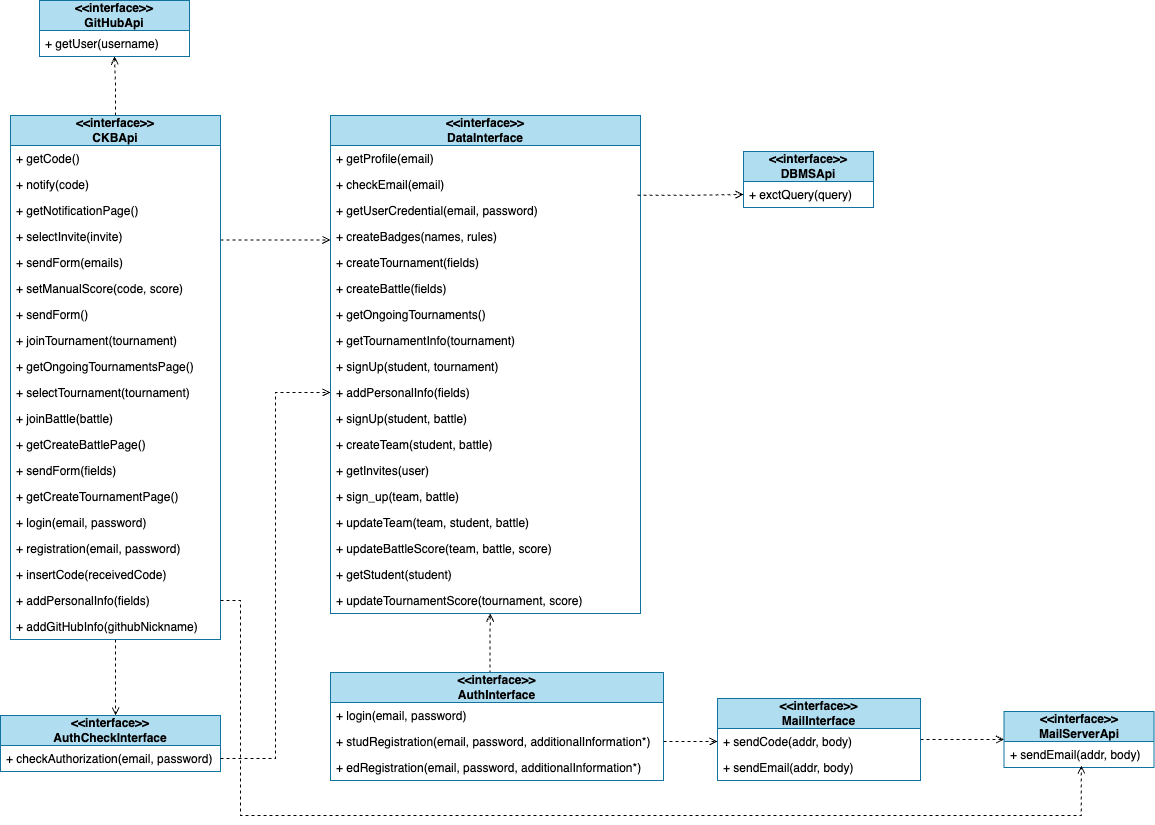
antilupovolante/MassaraNguyenBaNicotri keeps this draw.io diagram as DD/images/Interface_diagram.png. Above is the earlier version. Source tidied: cells renumbered, new cells last; positions are measured from the earlier drawing's top-left corner, leaving out a move shared by most shapes.
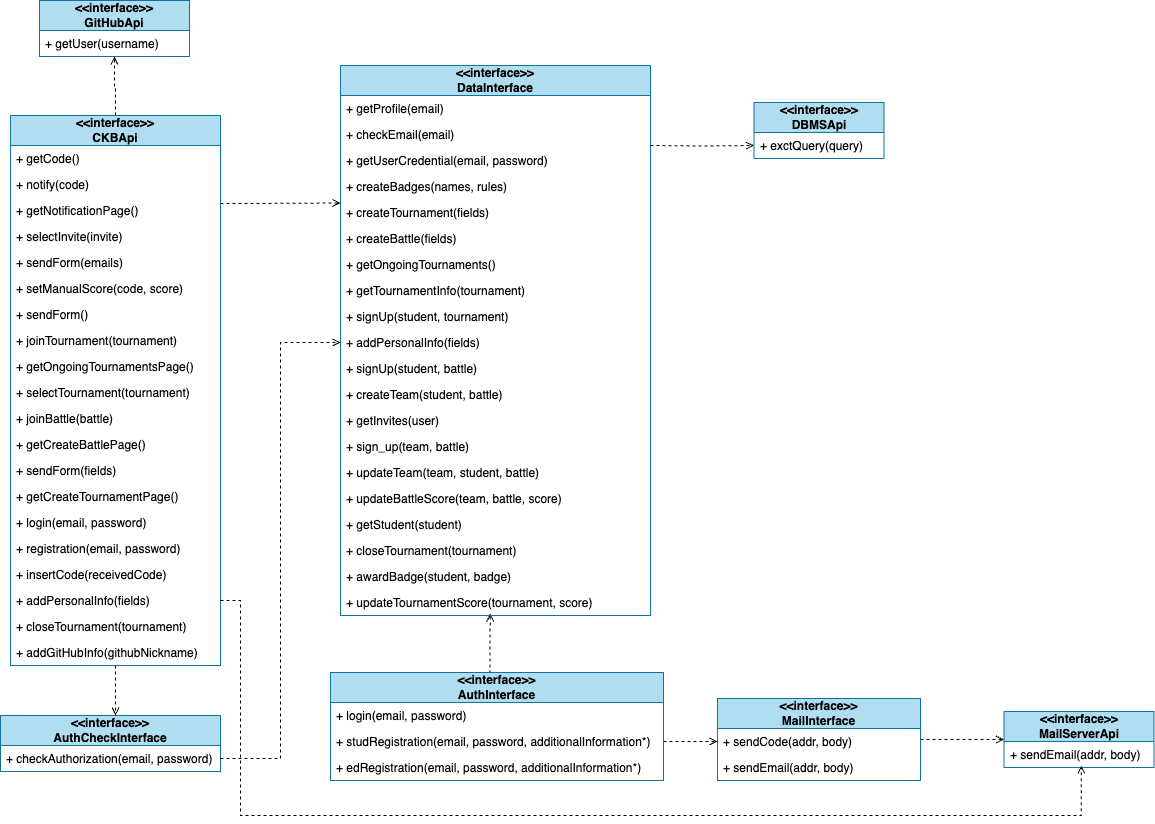
The same diagram one commit later.

What changed in the source:
```diff
@@ -44,13 +44,13 @@
       <mxGeometry y="30" width="150" height="26" as="geometry" />
     </mxCell>
     <mxCell id="15" value="&lt;b&gt;&amp;lt;&amp;lt;interface&amp;gt;&amp;gt;&lt;br&gt;DBMSApi&lt;/b&gt;" style="swimlane;fontStyle=0;horizontal=1;startSize=30;fillColor=#b1ddf0;whiteSpace=wrap;html=1;strokeColor=#10739e;" parent="1" vertex="1">
-      <mxGeometry x="743" y="151" width="130" height="56" as="geometry" />
+      <mxGeometry x="753.5" y="102" width="130" height="56" as="geometry" />
     </mxCell>
     <mxCell id="16" value="+ exctQuery(query)" style="text;strokeColor=none;fillColor=none;align=left;verticalAlign=top;spacingLeft=4;spacingRight=4;overflow=hidden;points=[[0,0.5],[1,0.5]];portConstraint=eastwest;whiteSpace=wrap;html=1;" parent="15" vertex="1">
       <mxGeometry y="30" width="130" height="26" as="geometry" />
     </mxCell>
     <mxCell id="17" value="&lt;b&gt;&amp;lt;&amp;lt;interface&amp;gt;&amp;gt;&lt;br&gt;DataInterface&lt;/b&gt;" style="swimlane;fontStyle=0;horizontal=1;startSize=30;fillColor=#b1ddf0;whiteSpace=wrap;html=1;strokeColor=#10739e;" parent="1" vertex="1">
-      <mxGeometry x="330" y="115" width="310" height="498" as="geometry" />
+      <mxGeometry x="340" y="65" width="310" height="550" as="geometry" />
     </mxCell>
     <mxCell id="18" value="+ getProfile(email)" style="text;strokeColor=none;fillColor=none;align=left;verticalAlign=top;spacingLeft=4;spacingRight=4;overflow=hidden;whiteSpace=wrap;html=1;" parent="17" vertex="1">
       <mxGeometry y="30" width="310" height="26" as="geometry" />
@@ -103,16 +103,25 @@
     <mxCell id="34" value="+ getStudent(student)" style="text;strokeColor=none;fillColor=none;align=left;verticalAlign=top;spacingLeft=4;spacingRight=4;overflow=hidden;whiteSpace=wrap;html=1;" parent="17" vertex="1">
       <mxGeometry y="446" width="310" height="26" as="geometry" />
     </mxCell>
+    <mxCell id="65" value="+ closeTournament(tournament)" style="text;strokeColor=none;fillColor=none;align=left;verticalAlign=top;spacingLeft=4;spacingRight=4;overflow=hidden;whiteSpace=wrap;html=1;" parent="17" vertex="1">
+      <mxGeometry y="472" width="310" height="26" as="geometry" />
+    </mxCell>
+    <mxCell id="66" value="+ awardBadge(student, badge)" style="text;strokeColor=none;fillColor=none;align=left;verticalAlign=top;spacingLeft=4;spacingRight=4;overflow=hidden;whiteSpace=wrap;html=1;" parent="17" vertex="1">
+      <mxGeometry y="498" width="310" height="26" as="geometry" />
+    </mxCell>
     <mxCell id="35" value="+ updateTournamentScore(tournament, score)" style="text;strokeColor=none;fillColor=none;align=left;verticalAlign=top;spacingLeft=4;spacingRight=4;overflow=hidden;whiteSpace=wrap;html=1;" parent="17" vertex="1">
-      <mxGeometry y="472" width="310" height="26" as="geometry" />
+      <mxGeometry y="524" width="310" height="26" as="geometry" />
     </mxCell>
-    <mxCell id="36" style="edgeStyle=orthogonalEdgeStyle;rounded=0;jettySize=auto;html=1;entryX=0;entryY=0.5;entryDx=0;entryDy=0;dashed=1;endArrow=open;endFill=0;exitX=0.99;exitY=-0.085;exitDx=0;exitDy=0;exitPerimeter=0;" parent="1" edge="1" source="20" target="16">
-      <mxGeometry relative="1" as="geometry" />
+    <mxCell id="36" style="edgeStyle=orthogonalEdgeStyle;rounded=0;jettySize=auto;html=1;entryX=0;entryY=0.5;entryDx=0;entryDy=0;dashed=1;endArrow=open;endFill=0;" parent="1" edge="1" target="16">
+      <mxGeometry relative="1" as="geometry">
+        <mxPoint x="650" y="145" as="sourcePoint" />
+      </mxGeometry>
     </mxCell>
     <mxCell id="37" style="edgeStyle=orthogonalEdgeStyle;rounded=0;jettySize=auto;html=1;entryX=0;entryY=0.25;entryDx=0;entryDy=0;dashed=1;endArrow=open;endFill=0;" parent="1" edge="1" source="40" target="17">
       <mxGeometry relative="1" as="geometry">
         <Array as="points">
-          <mxPoint x="285" y="240" />
+          <mxPoint x="250" y="203" />
+          <mxPoint x="250" y="203" />
         </Array>
       </mxGeometry>
     </mxCell>
@@ -128,7 +137,7 @@
       </mxGeometry>
     </mxCell>
     <mxCell id="40" value="&lt;b&gt;&amp;lt;&amp;lt;interface&amp;gt;&amp;gt;&lt;br&gt;CKBApi&lt;/b&gt;" style="swimlane;fontStyle=0;horizontal=1;startSize=30;fillColor=#b1ddf0;whiteSpace=wrap;html=1;strokeColor=#10739e;" parent="1" vertex="1">
-      <mxGeometry x="10" y="115" width="210" height="524" as="geometry" />
+      <mxGeometry x="10" y="115" width="210" height="550" as="geometry" />
     </mxCell>
     <mxCell id="41" value="+ getCode()" style="text;strokeColor=none;fillColor=none;align=left;verticalAlign=top;spacingLeft=4;spacingRight=4;overflow=hidden;whiteSpace=wrap;html=1;" parent="40" vertex="1">
       <mxGeometry y="30" width="210" height="26" as="geometry" />
@@ -184,8 +193,11 @@
     <mxCell id="58" value="+ addPersonalInfo(fields)" style="text;strokeColor=none;fillColor=none;align=left;verticalAlign=top;spacingLeft=4;spacingRight=4;overflow=hidden;points=[[0,0.5],[1,0.5]];portConstraint=eastwest;whiteSpace=wrap;html=1;" parent="40" vertex="1">
       <mxGeometry y="472" width="210" height="26" as="geometry" />
     </mxCell>
+    <mxCell id="67" value="+ closeTournament(tournament)" style="text;strokeColor=none;fillColor=none;align=left;verticalAlign=top;spacingLeft=4;spacingRight=4;overflow=hidden;whiteSpace=wrap;html=1;" parent="40" vertex="1">
+      <mxGeometry y="498" width="210" height="26" as="geometry" />
+    </mxCell>
     <mxCell id="59" value="+ addGitHubInfo(githubNickname)" style="text;strokeColor=none;fillColor=none;align=left;verticalAlign=top;spacingLeft=4;spacingRight=4;overflow=hidden;whiteSpace=wrap;html=1;" parent="40" vertex="1">
-      <mxGeometry y="498" width="210" height="26" as="geometry" />
+      <mxGeometry y="524" width="210" height="26" as="geometry" />
     </mxCell>
     <mxCell id="60" style="edgeStyle=orthogonalEdgeStyle;rounded=0;jettySize=auto;html=1;entryX=0;entryY=0.5;entryDx=0;entryDy=0;dashed=1;endArrow=open;endFill=0;" parent="1" edge="1" source="8" target="27">
       <mxGeometry relative="1" as="geometry" />
```
